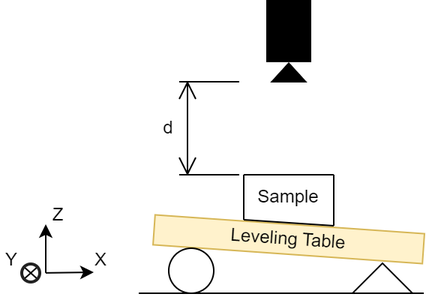
temporalecologylab/TreeRings keeps this draw.io diagram as docs/diagrams/sample_setup_ideal.png. Above is the earlier version. Source tidied: cells renumbered, new cells last; positions are measured from the earlier drawing's top-left corner, leaving out a move shared by most shapes.
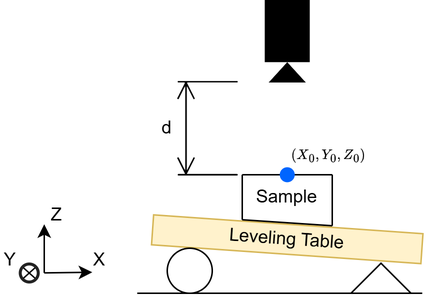
Later version of the same file.

The edit, as a diff of the source:
```diff
@@ -1,4 +1,4 @@
-<mxGraphModel>
+<mxGraphModel math="1">
   <root>
     <mxCell id="0" />
     <mxCell id="1" parent="0" />
@@ -80,5 +80,11 @@
     <mxCell id="20" style="html=1;verticalLabelPosition=bottom;labelBackgroundColor=#ffffff;verticalAlign=top;shadow=0;dashed=0;strokeWidth=2;shape=mxgraph.ios7.misc.circle;strokeColor=#222222;fillColor=none;" parent="1" vertex="1">
       <mxGeometry x="14" y="163.5" width="12" height="12" as="geometry" />
     </mxCell>
+    <mxCell id="21" value="$$(X_0, Y_0, Z_0)&#10;$$" style="text;align=center;verticalAlign=middle;whiteSpace=wrap;rounded=0;fontSize=8;" parent="1" vertex="1">
+      <mxGeometry x="197" y="83" width="46" height="16" as="geometry" />
+    </mxCell>
+    <mxCell id="22" style="shape=ellipse;fillColor=#0065FF;strokeColor=none;html=1;sketch=0;" parent="1" vertex="1">
+      <mxGeometry x="187" y="99" width="10" height="10" as="geometry" />
+    </mxCell>
   </root>
 </mxGraphModel>
```
